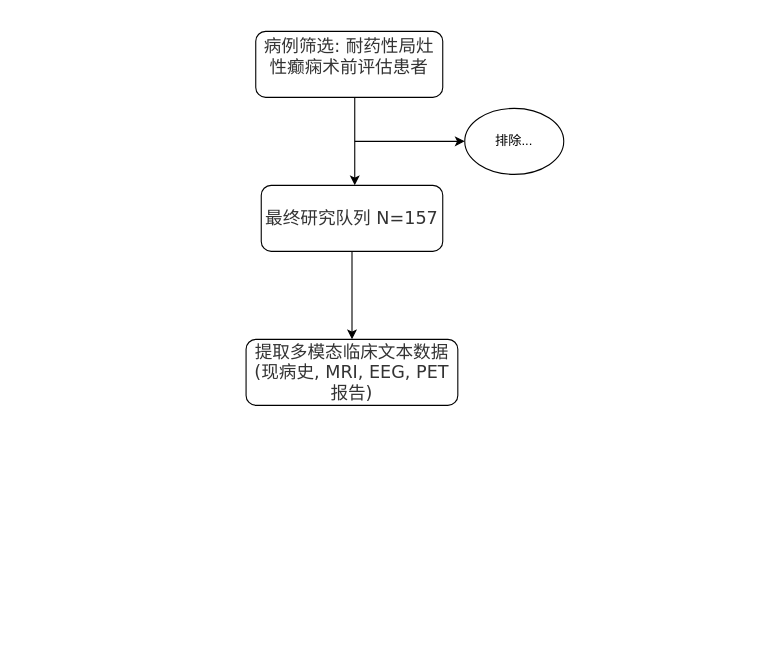
Before: 未命名绘图.drawio in Duoluozhijkhshang/hebmu, a draw.io diagram. Source tidied: cells renumbered, new cells numbered last; positions are measured from the earlier drawing's top-left corner, leaving out a move shared by most shapes. Both pictures are drawn from the tidied source at 110%, with x=0, y=0 at pixel (245, 31).
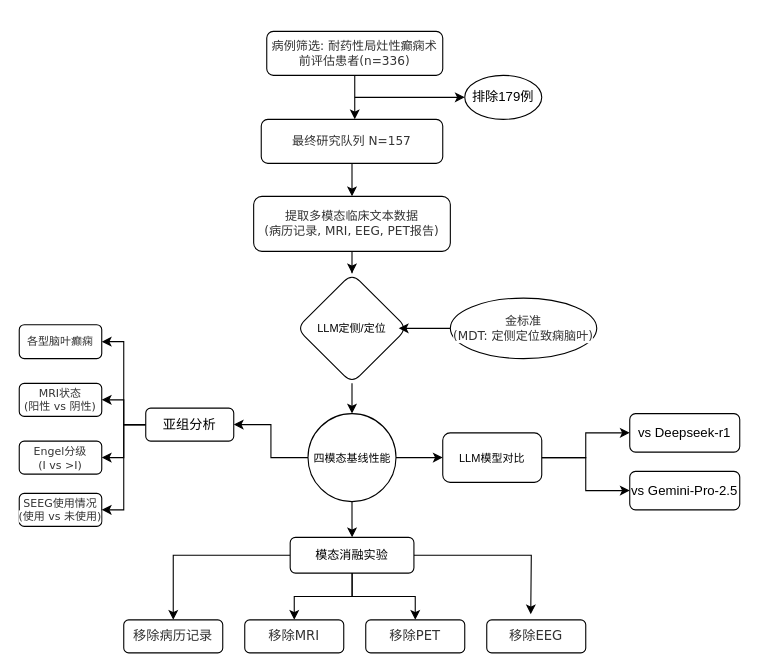
The same diagram, later.

Commit message (it also covers changes not shown here):
更新未命名绘图.drawio

What changed in the source:
```diff
@@
-    <mxCell id="3" value="&#10;&lt;span style=&quot;color: rgb(51, 51, 51); font-family: &amp;quot;trebuchet ms&amp;quot;, verdana, arial, sans-serif; font-size: 16px; font-style: normal; font-variant-ligatures: normal; font-variant-caps: normal; font-weight: 400; letter-spacing: normal; orphans: 2; text-align: center; text-indent: 0px; text-transform: none; widows: 2; word-spacing: 0px; -webkit-text-stroke-width: 0px; white-space: break-spaces; background-color: rgb(255, 255, 255); text-decoration-thickness: initial; text-decoration-style: initial; text-decoration-color: initial; display: inline !important; float: none;&quot;&gt;病例筛选: 耐药性局灶性癫痫术前评估患者&lt;/span&gt;&#10;&#10;" style="rounded=1;whiteSpace=wrap;html=1;" parent="1" vertex="1">
-      <mxGeometry x="9" width="170" height="60" as="geometry" />
+    <mxCell id="3" value="&lt;span style=&quot;color: rgb(51, 51, 51); font-family: &amp;quot;trebuchet ms&amp;quot;, verdana, arial, sans-serif; font-style: normal; font-variant-ligatures: normal; font-variant-caps: normal; font-weight: 400; letter-spacing: normal; orphans: 2; text-align: center; text-indent: 0px; text-transform: none; widows: 2; word-spacing: 0px; -webkit-text-stroke-width: 0px; white-space: break-spaces; background-color: rgb(255, 255, 255); text-decoration-thickness: initial; text-decoration-style: initial; text-decoration-color: initial; float: none; display: inline !important;&quot;&gt;病例筛选: 耐药性局灶性癫痫术前评估患者(n=336)&lt;/span&gt;" style="rounded=1;whiteSpace=wrap;html=1;fontSize=11;" parent="1" vertex="1">
+      <mxGeometry x="19" width="160" height="40" as="geometry" />
     </mxCell>
@@
-    <mxCell id="5" value="&lt;span style=&quot;color: rgb(51, 51, 51); font-family: &amp;quot;trebuchet ms&amp;quot;, verdana, arial, sans-serif; font-size: 16px; text-wrap-mode: nowrap; background-color: rgb(255, 255, 255);&quot;&gt;最终研究队列 N=157&lt;/span&gt;" style="whiteSpace=wrap;html=1;rounded=1;" parent="1" vertex="1">
-      <mxGeometry x="14" y="140" width="165" height="60" as="geometry" />
+    <mxCell id="5" value="&lt;span style=&quot;color: rgb(51, 51, 51); font-family: &amp;quot;trebuchet ms&amp;quot;, verdana, arial, sans-serif; text-wrap-mode: nowrap; background-color: rgb(255, 255, 255);&quot;&gt;最终研究队列 N=157&lt;/span&gt;" style="whiteSpace=wrap;html=1;rounded=1;fontSize=11;" parent="1" vertex="1">
+      <mxGeometry x="14" y="80" width="165" height="40" as="geometry" />
     </mxCell>
     <mxCell id="6" style="endArrow=classic;html=1;rounded=0;" parent="1" edge="1">
       <mxGeometry relative="1" as="geometry">
-        <mxPoint x="99" y="100" as="sourcePoint" />
-        <mxPoint x="199" y="100" as="targetPoint" />
+        <mxPoint x="99" y="60" as="sourcePoint" />
+        <mxPoint x="199" y="60" as="targetPoint" />
       </mxGeometry>
     </mxCell>
-    <mxCell id="7" value="排除..." style="ellipse;whiteSpace=wrap;html=1;" parent="1" vertex="1">
-      <mxGeometry x="199" y="70" width="90" height="60" as="geometry" />
+    <mxCell id="7" value="排除179例" style="ellipse;whiteSpace=wrap;html=1;" parent="1" vertex="1">
+      <mxGeometry x="199" y="40" width="70" height="40" as="geometry" />
     </mxCell>
+    <mxCell id="9" style="edgeStyle=orthogonalEdgeStyle;rounded=0;jettySize=auto;html=1;" parent="1" edge="1" source="8" target="11">
+      <mxGeometry relative="1" as="geometry" />
+    </mxCell>
-    <mxCell id="8" value="&lt;span style=&quot;color: rgb(51, 51, 51); font-family: &amp;quot;trebuchet ms&amp;quot;, verdana, arial, sans-serif; font-size: 16px; white-space-collapse: break-spaces; background-color: rgb(255, 255, 255);&quot;&gt;提取多模态临床文本数据&lt;/span&gt;&lt;br style=&quot;box-sizing: border-box; color: rgb(51, 51, 51); font-family: &amp;quot;trebuchet ms&amp;quot;, verdana, arial, sans-serif; font-size: 16px; white-space-collapse: break-spaces; background-color: rgb(255, 255, 255);&quot;&gt;&lt;span style=&quot;color: rgb(51, 51, 51); font-family: &amp;quot;trebuchet ms&amp;quot;, verdana, arial, sans-serif; font-size: 16px; white-space-collapse: break-spaces; background-color: rgb(255, 255, 255);&quot;&gt;(现病史, MRI, EEG, PET报告)&lt;/span&gt;" style="whiteSpace=wrap;html=1;rounded=1;" parent="1" vertex="1">
-      <mxGeometry x="0.2" y="280" width="192.5" height="60" as="geometry" />
+    <mxCell id="8" value="&lt;span style=&quot;color: rgb(51, 51, 51); font-family: &amp;quot;trebuchet ms&amp;quot;, verdana, arial, sans-serif; white-space-collapse: break-spaces; background-color: rgb(255, 255, 255);&quot;&gt;提取多模态临床文本数据&lt;/span&gt;&lt;br style=&quot;box-sizing: border-box; color: rgb(51, 51, 51); font-family: &amp;quot;trebuchet ms&amp;quot;, verdana, arial, sans-serif; white-space-collapse: break-spaces; background-color: rgb(255, 255, 255);&quot;&gt;&lt;span style=&quot;color: rgb(51, 51, 51); font-family: &amp;quot;trebuchet ms&amp;quot;, verdana, arial, sans-serif; white-space-collapse: break-spaces; background-color: rgb(255, 255, 255);&quot;&gt;(病历记录, MRI, EEG, PET报告)&lt;/span&gt;" style="whiteSpace=wrap;html=1;rounded=1;fontSize=11;" parent="1" vertex="1">
+      <mxGeometry x="7.1" y="150" width="178.8" height="50" as="geometry" />
     </mxCell>
+    <mxCell id="10" style="edgeStyle=orthogonalEdgeStyle;rounded=0;jettySize=auto;html=1;" parent="1" edge="1" source="11" target="17">
+      <mxGeometry relative="1" as="geometry" />
+    </mxCell>
+    <mxCell id="11" value="LLM定侧/定位" style="rhombus;whiteSpace=wrap;html=1;fontSize=10;rounded=1;" parent="1" vertex="1">
+      <mxGeometry x="46.2" y="220" width="100.6" height="100" as="geometry" />
+    </mxCell>
+    <mxCell id="12" style="edgeStyle=orthogonalEdgeStyle;rounded=0;jettySize=auto;html=1;exitX=0;exitY=0.5;exitDx=0;exitDy=0;" parent="1" edge="1" source="13">
+      <mxGeometry relative="1" as="geometry">
+        <mxPoint x="139" y="270" as="targetPoint" />
+      </mxGeometry>
+    </mxCell>
+    <mxCell id="13" value="&lt;span style=&quot;color: rgb(51, 51, 51); font-family: &amp;quot;trebuchet ms&amp;quot;, verdana, arial, sans-serif; white-space-collapse: break-spaces; background-color: rgb(255, 255, 255);&quot;&gt;金标准&lt;/span&gt;&lt;br style=&quot;box-sizing: border-box; color: rgb(51, 51, 51); font-family: &amp;quot;trebuchet ms&amp;quot;, verdana, arial, sans-serif; white-space-collapse: break-spaces; background-color: rgb(255, 255, 255);&quot;&gt;&lt;span style=&quot;color: rgb(51, 51, 51); font-family: &amp;quot;trebuchet ms&amp;quot;, verdana, arial, sans-serif; white-space-collapse: break-spaces; background-color: rgb(255, 255, 255);&quot;&gt;(MDT: 定侧定位致痫脑叶)&lt;/span&gt;" style="ellipse;whiteSpace=wrap;html=1;fontSize=11;" parent="1" vertex="1">
+      <mxGeometry x="185.9" y="242.5" width="133.1" height="55" as="geometry" />
+    </mxCell>
+    <mxCell id="14" style="edgeStyle=orthogonalEdgeStyle;rounded=0;jettySize=auto;html=1;" parent="1" edge="1" source="17" target="28">
+      <mxGeometry relative="1" as="geometry" />
+    </mxCell>
+    <mxCell id="15" style="edgeStyle=orthogonalEdgeStyle;rounded=0;jettySize=auto;html=1;exitX=0;exitY=0.5;exitDx=0;exitDy=0;entryX=1;entryY=0.5;entryDx=0;entryDy=0;" parent="1" edge="1" source="17" target="22">
+      <mxGeometry relative="1" as="geometry" />
+    </mxCell>
+    <mxCell id="16" style="edgeStyle=orthogonalEdgeStyle;rounded=0;jettySize=auto;html=1;" parent="1" edge="1" source="17" target="35">
+      <mxGeometry relative="1" as="geometry" />
+    </mxCell>
+    <mxCell id="17" value="四模态基线性能" style="ellipse;whiteSpace=wrap;html=1;fontSize=10;rounded=1;" parent="1" vertex="1">
+      <mxGeometry x="56.5" y="347.5" width="80" height="80" as="geometry" />
+    </mxCell>
+    <mxCell id="18" style="edgeStyle=orthogonalEdgeStyle;rounded=0;jettySize=auto;html=1;entryX=1;entryY=0.5;entryDx=0;entryDy=0;" parent="1" edge="1" source="22" target="23">
+      <mxGeometry relative="1" as="geometry" />
+    </mxCell>
+    <mxCell id="19" style="edgeStyle=orthogonalEdgeStyle;rounded=0;jettySize=auto;html=1;entryX=1;entryY=0.5;entryDx=0;entryDy=0;" parent="1" edge="1" source="22" target="24">
+      <mxGeometry relative="1" as="geometry" />
+    </mxCell>
+    <mxCell id="20" style="edgeStyle=orthogonalEdgeStyle;rounded=0;jettySize=auto;html=1;entryX=1;entryY=0.5;entryDx=0;entryDy=0;" parent="1" edge="1" source="22" target="25">
+      <mxGeometry relative="1" as="geometry" />
+    </mxCell>
+    <mxCell id="21" style="edgeStyle=orthogonalEdgeStyle;rounded=0;jettySize=auto;html=1;entryX=1;entryY=0.5;entryDx=0;entryDy=0;" parent="1" edge="1" source="22" target="40">
+      <mxGeometry relative="1" as="geometry" />
+    </mxCell>
+    <mxCell id="22" value="亚组分析" style="rounded=1;whiteSpace=wrap;html=1;" parent="1" vertex="1">
+      <mxGeometry x="-91" y="342.5" width="80" height="30" as="geometry" />
+    </mxCell>
+    <mxCell id="23" value="&lt;span style=&quot;color: rgb(51, 51, 51); font-family: &amp;quot;trebuchet ms&amp;quot;, verdana, arial, sans-serif; text-wrap-mode: nowrap; background-color: rgb(255, 255, 255);&quot;&gt;MRI状态&lt;/span&gt;&lt;br style=&quot;box-sizing: border-box; color: rgb(51, 51, 51); font-family: &amp;quot;trebuchet ms&amp;quot;, verdana, arial, sans-serif; text-wrap-mode: nowrap; background-color: rgb(255, 255, 255);&quot;&gt;&lt;span style=&quot;color: rgb(51, 51, 51); font-family: &amp;quot;trebuchet ms&amp;quot;, verdana, arial, sans-serif; text-wrap-mode: nowrap; background-color: rgb(255, 255, 255);&quot;&gt;(阳性 vs 阴性)&lt;/span&gt;" style="rounded=1;whiteSpace=wrap;html=1;fontSize=10;" parent="1" vertex="1">
+      <mxGeometry x="-206" y="320" width="75" height="30" as="geometry" />
+    </mxCell>
+    <mxCell id="24" value="&lt;span style=&quot;color: rgb(51, 51, 51); font-family: &amp;quot;trebuchet ms&amp;quot;, verdana, arial, sans-serif; text-wrap-mode: nowrap; background-color: rgb(255, 255, 255);&quot;&gt;Engel分级&lt;/span&gt;&lt;br style=&quot;box-sizing: border-box; color: rgb(51, 51, 51); font-family: &amp;quot;trebuchet ms&amp;quot;, verdana, arial, sans-serif; text-wrap-mode: nowrap; background-color: rgb(255, 255, 255);&quot;&gt;&lt;span style=&quot;color: rgb(51, 51, 51); font-family: &amp;quot;trebuchet ms&amp;quot;, verdana, arial, sans-serif; text-wrap-mode: nowrap; background-color: rgb(255, 255, 255);&quot;&gt;(I vs &amp;gt;I)&lt;/span&gt;" style="rounded=1;whiteSpace=wrap;html=1;fontSize=10;" parent="1" vertex="1">
+      <mxGeometry x="-206" y="372.5" width="75" height="30" as="geometry" />
+    </mxCell>
+    <mxCell id="25" value="&lt;span style=&quot;color: rgb(51, 51, 51); font-family: &amp;quot;trebuchet ms&amp;quot;, verdana, arial, sans-serif; text-wrap-mode: nowrap; background-color: rgb(255, 255, 255);&quot;&gt;SEEG使用情况&lt;/span&gt;&lt;br style=&quot;box-sizing: border-box; color: rgb(51, 51, 51); font-family: &amp;quot;trebuchet ms&amp;quot;, verdana, arial, sans-serif; text-wrap-mode: nowrap; background-color: rgb(255, 255, 255);&quot;&gt;&lt;span style=&quot;color: rgb(51, 51, 51); font-family: &amp;quot;trebuchet ms&amp;quot;, verdana, arial, sans-serif; text-wrap-mode: nowrap; background-color: rgb(255, 255, 255);&quot;&gt;(使用 vs 未使用)&lt;/span&gt;" style="rounded=1;whiteSpace=wrap;html=1;fontSize=10;" parent="1" vertex="1">
+      <mxGeometry x="-206" y="420" width="75" height="30" as="geometry" />
+    </mxCell>
+    <mxCell id="26" style="edgeStyle=orthogonalEdgeStyle;rounded=0;jettySize=auto;html=1;exitX=1;exitY=0.5;exitDx=0;exitDy=0;entryX=0;entryY=0.5;entryDx=0;entryDy=0;" parent="1" edge="1" source="28" target="29">
+      <mxGeometry relative="1" as="geometry" />
+    </mxCell>
+    <mxCell id="27" style="edgeStyle=orthogonalEdgeStyle;rounded=0;jettySize=auto;html=1;entryX=0;entryY=0.5;entryDx=0;entryDy=0;" parent="1" edge="1" source="28" target="30">
+      <mxGeometry relative="1" as="geometry" />
+    </mxCell>
+    <mxCell id="28" value="LLM模型对比" style="whiteSpace=wrap;html=1;fontSize=10;rounded=1;" parent="1" vertex="1">
+      <mxGeometry x="179" y="365" width="90" height="45" as="geometry" />
+    </mxCell>
+    <mxCell id="29" value="vs Deepseek-r1" style="rounded=1;whiteSpace=wrap;html=1;" parent="1" vertex="1">
+      <mxGeometry x="349" y="347.5" width="100" height="35" as="geometry" />
+    </mxCell>
+    <mxCell id="30" value="vs Gemini-Pro-2.5" style="rounded=1;whiteSpace=wrap;html=1;" parent="1" vertex="1">
+      <mxGeometry x="349" y="400" width="100" height="35" as="geometry" />
+    </mxCell>
+    <mxCell id="31" style="edgeStyle=orthogonalEdgeStyle;rounded=0;jettySize=auto;html=1;entryX=0.5;entryY=0;entryDx=0;entryDy=0;" parent="1" edge="1" source="35" target="37">
+      <mxGeometry relative="1" as="geometry" />
+    </mxCell>
+    <mxCell id="32" style="edgeStyle=orthogonalEdgeStyle;rounded=0;jettySize=auto;html=1;entryX=0.5;entryY=0;entryDx=0;entryDy=0;" parent="1" edge="1" source="35" target="38">
+      <mxGeometry relative="1" as="geometry" />
+    </mxCell>
+    <mxCell id="33" style="edgeStyle=orthogonalEdgeStyle;rounded=0;jettySize=auto;html=1;" parent="1" edge="1" source="35">
+      <mxGeometry relative="1" as="geometry">
+        <mxPoint x="259" y="530" as="targetPoint" />
+      </mxGeometry>
+    </mxCell>
+    <mxCell id="34" style="edgeStyle=orthogonalEdgeStyle;rounded=0;jettySize=auto;html=1;entryX=0.5;entryY=0;entryDx=0;entryDy=0;" parent="1" edge="1" source="35" target="36">
+      <mxGeometry relative="1" as="geometry" />
+    </mxCell>
+    <mxCell id="35" value="模态消融实验" style="whiteSpace=wrap;html=1;fontSize=11;rounded=1;" parent="1" vertex="1">
+      <mxGeometry x="40.3" y="460" width="112.5" height="32.5" as="geometry" />
+    </mxCell>
+    <mxCell id="36" value="&lt;span style=&quot;color: rgb(51, 51, 51); font-family: &amp;quot;trebuchet ms&amp;quot;, verdana, arial, sans-serif; text-wrap-mode: nowrap; background-color: rgb(255, 255, 255);&quot;&gt;移除病历记录&lt;/span&gt;" style="rounded=1;whiteSpace=wrap;html=1;fontSize=12;" parent="1" vertex="1">
+      <mxGeometry x="-111" y="535" width="90" height="30" as="geometry" />
+    </mxCell>
+    <mxCell id="37" value="&lt;span style=&quot;color: rgb(51, 51, 51); font-family: &amp;quot;trebuchet ms&amp;quot;, verdana, arial, sans-serif; text-wrap-mode: nowrap; background-color: rgb(255, 255, 255);&quot;&gt;移除MRI&lt;/span&gt;" style="rounded=1;whiteSpace=wrap;html=1;fontSize=12;" parent="1" vertex="1">
+      <mxGeometry x="-1" y="535" width="90" height="30" as="geometry" />
+    </mxCell>
+    <mxCell id="38" value="&lt;span style=&quot;color: rgb(51, 51, 51); font-family: &amp;quot;trebuchet ms&amp;quot;, verdana, arial, sans-serif; text-wrap-mode: nowrap; background-color: rgb(255, 255, 255);&quot;&gt;移除PET&lt;/span&gt;" style="rounded=1;whiteSpace=wrap;html=1;fontSize=12;" parent="1" vertex="1">
+      <mxGeometry x="109" y="535" width="90" height="30" as="geometry" />
+    </mxCell>
+    <mxCell id="39" value="&lt;span style=&quot;color: rgb(51, 51, 51); font-family: &amp;quot;trebuchet ms&amp;quot;, verdana, arial, sans-serif; text-wrap-mode: nowrap; background-color: rgb(255, 255, 255);&quot;&gt;移除EEG&lt;/span&gt;" style="rounded=1;whiteSpace=wrap;html=1;fontSize=12;" parent="1" vertex="1">
+      <mxGeometry x="219" y="535" width="90" height="30" as="geometry" />
+    </mxCell>
+    <mxCell id="40" value="&lt;font face=&quot;trebuchet ms, verdana, arial, sans-serif&quot; color=&quot;#333333&quot;&gt;&lt;span style=&quot;text-wrap-mode: nowrap; background-color: rgb(255, 255, 255);&quot;&gt;各型脑叶癫痫&lt;/span&gt;&lt;/font&gt;" style="rounded=1;whiteSpace=wrap;html=1;fontSize=10;" parent="1" vertex="1">
+      <mxGeometry x="-206" y="266.7" width="75" height="30.8" as="geometry" />
+    </mxCell>
```
